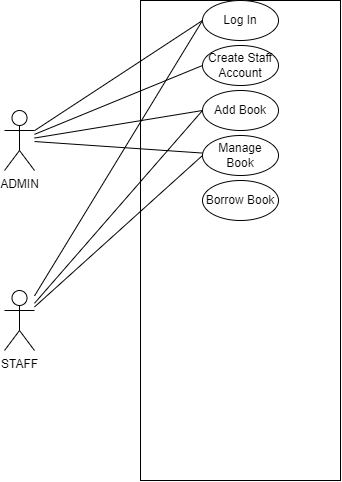
This is use_case.drawio.png from Jayrou12345/Flowchart, a draw.io export, as it was before one commit. Source tidied: cells renumbered, new cells last; positions are measured from the earlier drawing's top-left corner, leaving out a move shared by most shapes.
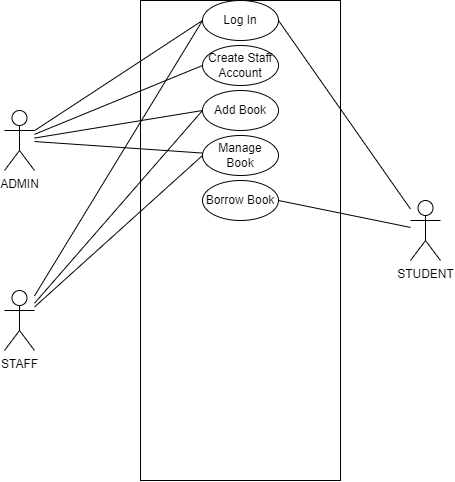
The same file after the commit.

Diff of the diagram source:
```diff
@@ -47,5 +47,14 @@
     <mxCell id="16" value="Borrow Book" style="ellipse;whiteSpace=wrap;html=1;" parent="1" vertex="1">
       <mxGeometry x="198" y="180" width="76" height="40" as="geometry" />
     </mxCell>
+    <mxCell id="17" style="edgeStyle=none;rounded=0;jettySize=auto;html=1;entryX=1;entryY=0.5;entryDx=0;entryDy=0;endArrow=none;endFill=0;" parent="1" edge="1" source="19" target="16">
+      <mxGeometry relative="1" as="geometry" />
+    </mxCell>
+    <mxCell id="18" style="edgeStyle=none;rounded=0;jettySize=auto;html=1;entryX=1;entryY=0.5;entryDx=0;entryDy=0;endArrow=none;endFill=0;" parent="1" edge="1" source="19" target="3">
+      <mxGeometry relative="1" as="geometry" />
+    </mxCell>
+    <mxCell id="19" value="STUDENT" style="shape=umlActor;html=1;verticalLabelPosition=bottom;verticalAlign=top;align=center;" parent="1" vertex="1">
+      <mxGeometry x="406" y="200" width="30" height="60" as="geometry" />
+    </mxCell>
   </root>
 </mxGraphModel>
```
